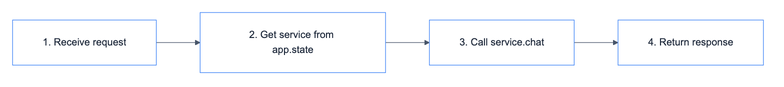
mhokchuekchuek/mtl_agent keeps this Mermaid diagram as docs/assets/diagrams/api/api_customer_chat_1.png. Above is the earlier version. Its source is kept beside it as docs/assets/diagrams/api/api_customer_chat_1.mmd.
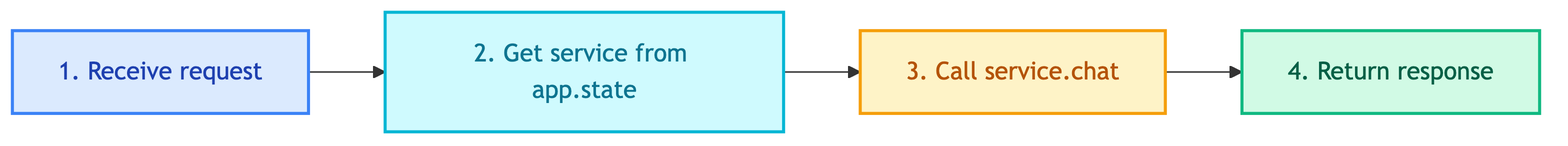
The same diagram one commit later.

The edit, as a diff of the source:
```diff
@@ -5,10 +5,10 @@
 
     classDef request fill:#dbeafe,stroke:#3b82f6,stroke-width:2px,color:#1e40af
     classDef service fill:#cffafe,stroke:#06b6d4,stroke-width:2px,color:#0e7490
-    classDef call fill:#fef3c7,stroke:#f59e0b,stroke-width:2px,color:#b45309
+    classDef apicall fill:#fef3c7,stroke:#f59e0b,stroke-width:2px,color:#b45309
     classDef response fill:#d1fae5,stroke:#10b981,stroke-width:2px,color:#065f46
 
     class 1 request
     class 2 service
-    class 3 call
+    class 3 apicall
     class 4 response
```
